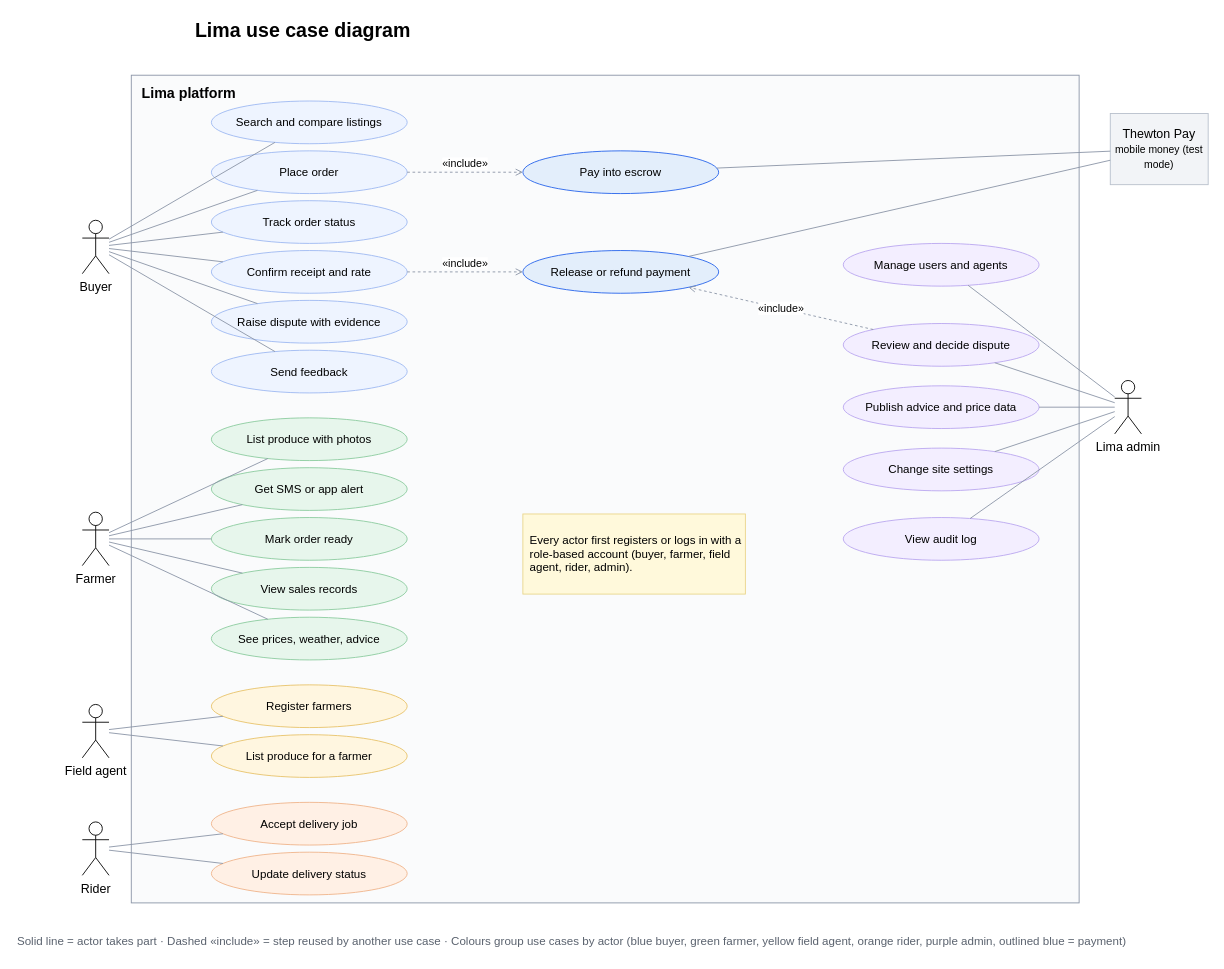
Earlier version of the draw.io diagram page "Use case" (1 of 7) of docs/LIMA_DESIGNS.drawio (RonnieG16/Lima-app). Source tidied: cells renumbered, new cells numbered last; positions are measured from the earlier drawing's top-left corner, leaving out a move shared by most shapes. Both pictures are drawn from the tidied source at 89%, with x=0, y=0 at pixel (15, 15).
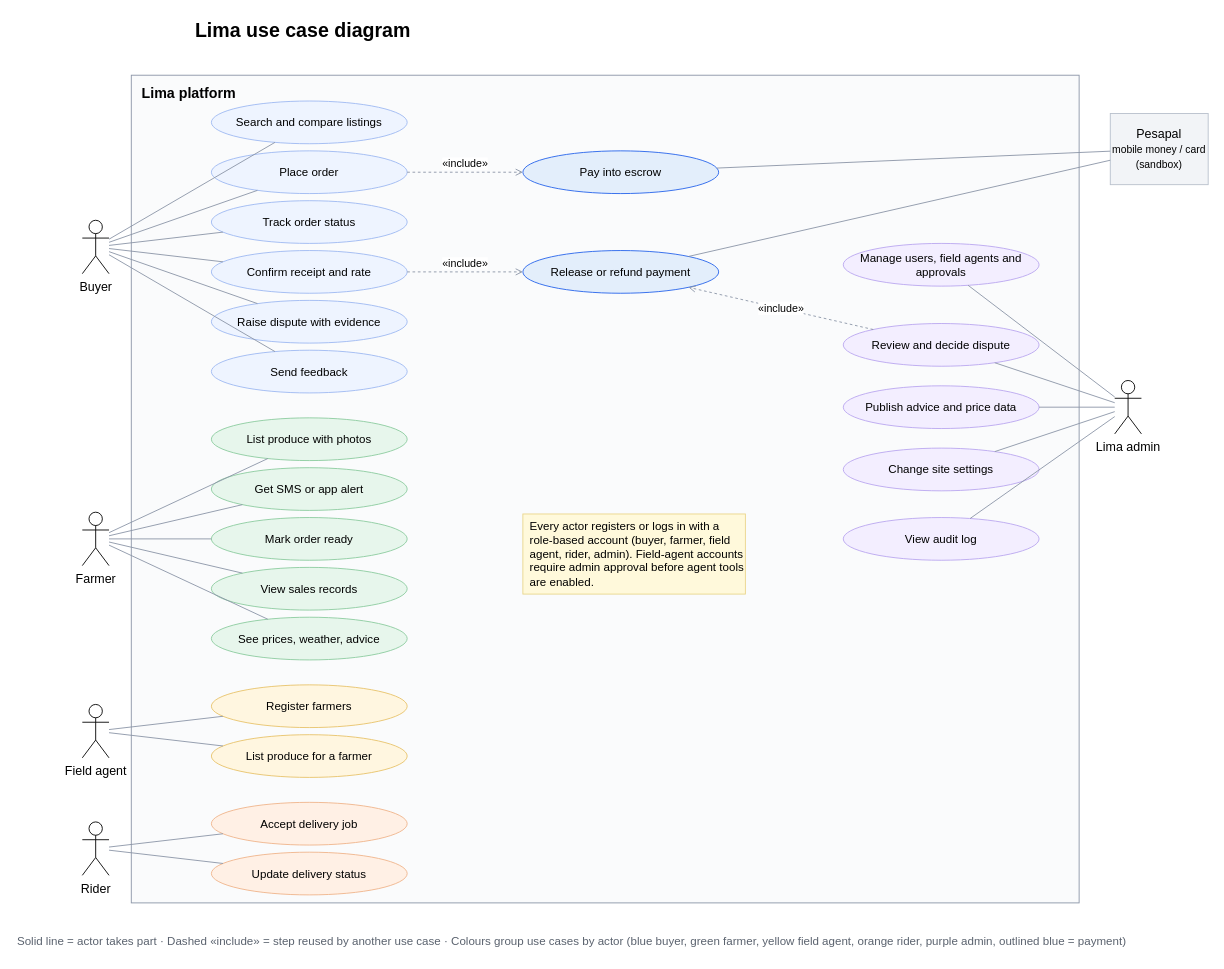
Above is the later version.

Change to the diagram source:
```diff
@@
-    <mxCell id="21" value="Manage users and agents" style="ellipse;whiteSpace=wrap;html=1;fontSize=13;fillColor=#F3EEFF;strokeColor=#B9A6F0;" parent="1" vertex="1">
+    <mxCell id="21" value="Manage users, field agents and approvals" style="ellipse;whiteSpace=wrap;html=1;fontSize=13;fillColor=#F3EEFF;strokeColor=#B9A6F0;" parent="1" vertex="1">
       <mxGeometry x="930" y="256" width="220" height="48" as="geometry" />
     </mxCell>
@@
-    <mxCell id="26" value="Every actor first registers or logs in with a role-based account (buyer, farmer, field agent, rider, admin)." style="rounded=0;whiteSpace=wrap;html=1;fontSize=13;fillColor=#FFF9DB;strokeColor=#E9D58A;align=left;spacingLeft=6;" parent="1" vertex="1">
+    <mxCell id="26" value="Every actor registers or logs in with a role-based account (buyer, farmer, field agent, rider, admin). Field-agent accounts require admin approval before agent tools are enabled." style="rounded=0;whiteSpace=wrap;html=1;fontSize=13;fillColor=#FFF9DB;strokeColor=#E9D58A;align=left;spacingLeft=6;" parent="1" vertex="1">
       <mxGeometry x="570" y="560" width="250" height="90" as="geometry" />
     </mxCell>
@@
-    <mxCell id="32" value="Thewton Pay&lt;br&gt;&lt;small&gt;mobile money (test mode)&lt;/small&gt;" style="rounded=0;whiteSpace=wrap;html=1;fontSize=14;fillColor=#F2F4F7;strokeColor=#B8C0CC;" parent="1" vertex="1">
+    <mxCell id="32" value="Pesapal&lt;br&gt;&lt;small&gt;mobile money / card (sandbox)&lt;/small&gt;" style="rounded=0;whiteSpace=wrap;html=1;fontSize=14;fillColor=#F2F4F7;strokeColor=#B8C0CC;" parent="1" vertex="1">
       <mxGeometry x="1230" y="110" width="110" height="80" as="geometry" />
     </mxCell>
```
